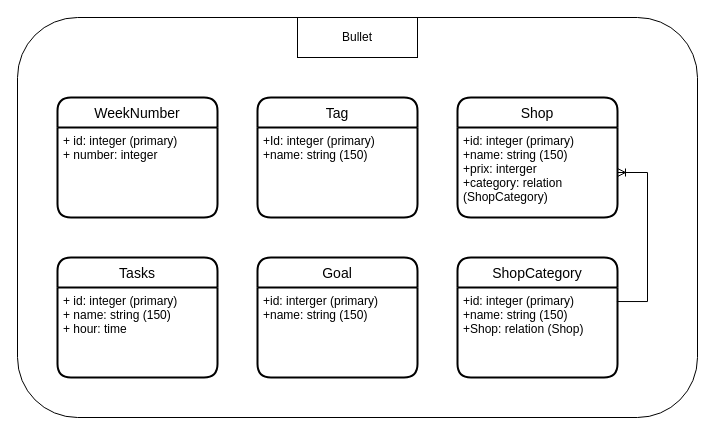
Above: public/Bullet.drawio in gwendvr/Portfolio-Gwen (draw.io), before the change. Source tidied: cells renumbered, new cells numbered last; positions are measured from the earlier drawing's top-left corner, leaving out a move shared by most shapes. Both pictures are drawn from the tidied source at 100%, with x=0, y=0 at pixel (17, 17).
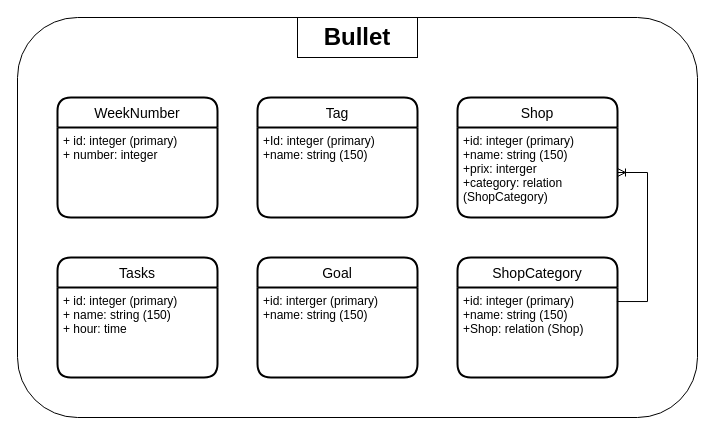
The same page after the edit.

Change to the diagram source:
```diff
@@
 <mxGraphModel>
   <root>
     <mxCell id="0" />
     <mxCell id="1" parent="0" />
     <mxCell id="2" value="WeekNumber" style="swimlane;horizontal=1;startSize=30;rounded=1;fontSize=14;fontStyle=0;strokeWidth=2;shadow=0;dashed=0;align=center;" parent="1" vertex="1">
       <mxGeometry x="40" y="80" width="160" height="120" as="geometry" />
     </mxCell>
     <mxCell id="3" value="+ id: integer (primary)&#10;+ number: integer" style="align=left;strokeColor=none;fillColor=none;spacingLeft=4;fontSize=12;verticalAlign=top;" parent="2" vertex="1">
       <mxGeometry y="30" width="160" height="90" as="geometry" />
     </mxCell>
     <mxCell id="4" style="rounded=1;whiteSpace=wrap;html=1;fillColor=none;" parent="1" vertex="1">
       <mxGeometry width="680" height="400" as="geometry" />
     </mxCell>
     <mxCell id="5" value="Tasks" style="swimlane;horizontal=1;startSize=30;rounded=1;fontSize=14;fontStyle=0;strokeWidth=2;shadow=0;dashed=0;align=center;fillColor=none;" parent="1" vertex="1">
       <mxGeometry x="40" y="240" width="160" height="120" as="geometry" />
     </mxCell>
     <mxCell id="6" value="+ id: integer (primary)&#10;+ name: string (150)&#10;+ hour: time" style="align=left;strokeColor=none;fillColor=none;spacingLeft=4;fontSize=12;verticalAlign=top;" parent="5" vertex="1">
       <mxGeometry y="30" width="160" height="90" as="geometry" />
     </mxCell>
     <mxCell id="7" value="Tag" style="swimlane;horizontal=1;startSize=30;rounded=1;fontSize=14;fontStyle=0;strokeWidth=2;shadow=0;dashed=0;align=center;fillColor=none;" parent="1" vertex="1">
       <mxGeometry x="240" y="80" width="160" height="120" as="geometry" />
     </mxCell>
     <mxCell id="8" value="+Id: integer (primary)&#10;+name: string (150)" style="align=left;strokeColor=none;fillColor=none;spacingLeft=4;fontSize=12;verticalAlign=top;" parent="7" vertex="1">
       <mxGeometry y="30" width="160" height="90" as="geometry" />
     </mxCell>
     <mxCell id="9" value="Goal" style="swimlane;horizontal=1;startSize=30;rounded=1;fontSize=14;fontStyle=0;strokeWidth=2;shadow=0;dashed=0;align=center;fillColor=none;" parent="1" vertex="1">
       <mxGeometry x="240" y="240" width="160" height="120" as="geometry" />
     </mxCell>
     <mxCell id="10" value="+id: interger (primary)&#10;+name: string (150)" style="align=left;strokeColor=none;fillColor=none;spacingLeft=4;fontSize=12;verticalAlign=top;" parent="9" vertex="1">
       <mxGeometry y="30" width="160" height="90" as="geometry" />
     </mxCell>
     <mxCell id="11" value="Shop" style="swimlane;horizontal=1;startSize=30;rounded=1;fontSize=14;fontStyle=0;strokeWidth=2;shadow=0;dashed=0;align=center;fillColor=none;" parent="1" vertex="1">
       <mxGeometry x="440" y="80" width="160" height="120" as="geometry" />
     </mxCell>
     <mxCell id="12" value="+id: integer (primary)&#10;+name: string (150)&#10;+prix: interger&#10;+category: relation&#10;(ShopCategory)&#10;" style="align=left;strokeColor=none;fillColor=none;spacingLeft=4;fontSize=12;verticalAlign=top;" parent="11" vertex="1">
       <mxGeometry y="30" width="160" height="90" as="geometry" />
     </mxCell>
     <mxCell id="13" value="ShopCategory" style="swimlane;horizontal=1;startSize=30;rounded=1;fontSize=14;fontStyle=0;strokeWidth=2;shadow=0;dashed=0;align=center;fillColor=none;" parent="1" vertex="1">
       <mxGeometry x="440" y="240" width="160" height="120" as="geometry" />
     </mxCell>
     <mxCell id="14" value="+id: integer (primary)&#10;+name: string (150)&#10;+Shop: relation (Shop)" style="align=left;strokeColor=none;fillColor=none;spacingLeft=4;fontSize=12;verticalAlign=top;" parent="13" vertex="1">
       <mxGeometry y="30" width="160" height="90" as="geometry" />
     </mxCell>
     <mxCell id="15" style="edgeStyle=entityRelationEdgeStyle;fontSize=12;html=1;endArrow=ERoneToMany;rounded=0;exitX=0.996;exitY=0.156;exitDx=0;exitDy=0;exitPerimeter=0;" parent="1" edge="1" source="14" target="12">
       <mxGeometry relative="1" as="geometry" />
     </mxCell>
-    <mxCell id="16" value="Bullet" style="whiteSpace=wrap;html=1;align=center;fillColor=none;" parent="1" vertex="1">
+    <mxCell id="16" value="&lt;font size=&quot;1&quot;&gt;&lt;b style=&quot;font-size: 24px&quot;&gt;Bullet&lt;/b&gt;&lt;/font&gt;" style="whiteSpace=wrap;html=1;align=center;fillColor=none;" parent="1" vertex="1">
       <mxGeometry x="280" width="120" height="40" as="geometry" />
     </mxCell>
   </root>
 </mxGraphModel>
```
